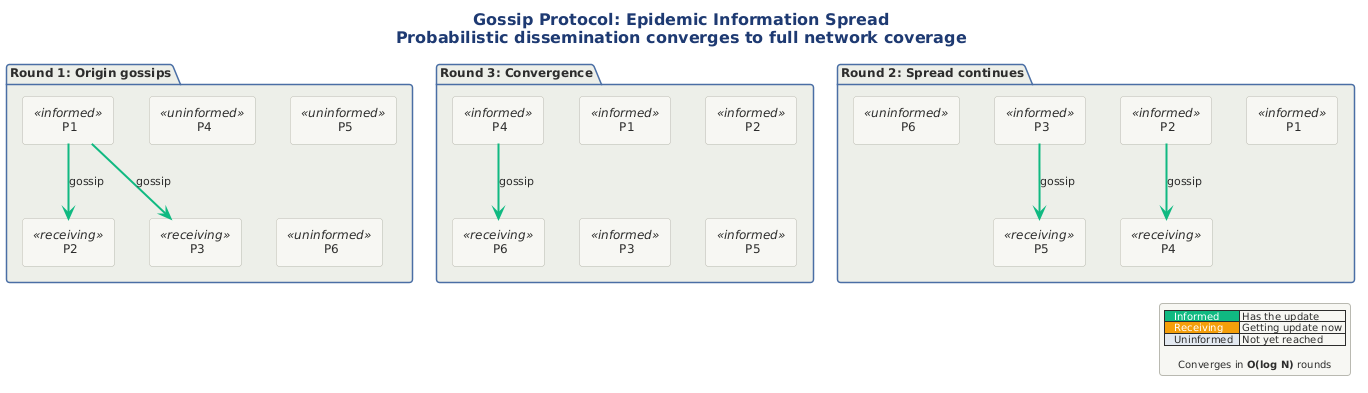
Before: src/architecture/views-and-beyond/style-catalogs/component-and-connector/peer-to-peer-style/png/10-gossip-protocol.png, a diagram exported from PlantUML (Notoriousjayy/latex-docs).
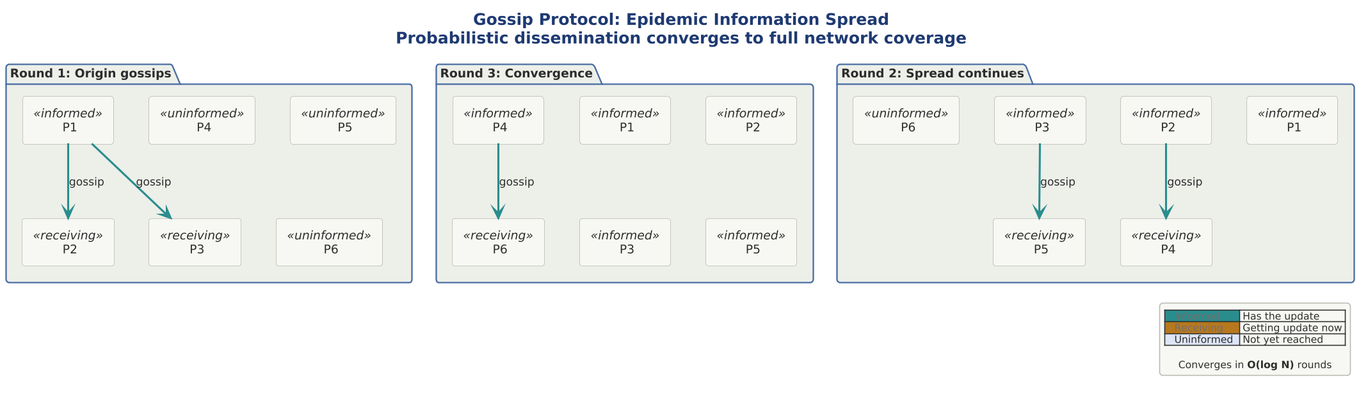
After the change.

Change to the diagram source:
```diff
@@ -1,7 +1,11 @@
 @startuml 10-gossip-protocol
 
+skinparam dpi 150
+
+
+
+
 !include ../../../../../../tooling/styles/plantuml/structural/package-diagram-style.iuml
-
 
 title <b>Gossip Protocol: Epidemic Information Spread</b>\nProbabilistic dissemination converges to full network coverage
 
@@ -13,8 +17,8 @@
   rectangle " P5 " as r1_5 <<uninformed>>
   rectangle " P6 " as r1_6 <<uninformed>>
 
-  r1_1 -[#10B981,bold]-> r1_2 : gossip
-  r1_1 -[#10B981,bold]-> r1_3 : gossip
+  r1_1 -[$line_dynamic,bold]-> r1_2 : gossip
+  r1_1 -[$line_dynamic,bold]-> r1_3 : gossip
 }
 
 package "Round 2: Spread continues" as R2 {
@@ -25,8 +29,8 @@
   rectangle " P5 " as r2_5 <<receiving>>
   rectangle " P6 " as r2_6 <<uninformed>>
 
-  r2_2 -[#10B981,bold]-> r2_4 : gossip
-  r2_3 -[#10B981,bold]-> r2_5 : gossip
+  r2_2 -[$line_dynamic,bold]-> r2_4 : gossip
+  r2_3 -[$line_dynamic,bold]-> r2_5 : gossip
 }
 
 package "Round 3: Convergence" as R3 {
@@ -37,13 +41,13 @@
   rectangle " P5 " as r3_5 <<informed>>
   rectangle " P6 " as r3_6 <<receiving>>
 
-  r3_4 -[#10B981,bold]-> r3_6 : gossip
+  r3_4 -[$line_dynamic,bold]-> r3_6 : gossip
 }
 
 legend right
-  |<#10B981> <color:#FFFFFF>  Informed  </color>| Has the update |
-  |<#F59E0B> <color:#FFFFFF>  Receiving  </color>| Getting update now |
-  |<#E2E8F0>   Uninformed  | Not yet reached |
+  |<$line_dynamic> <color:$line_neutral>  Informed  </color>| Has the update |
+  |<$line_caution> <color:$line_neutral>  Receiving  </color>| Getting update now |
+  |<$fill_primary>   Uninformed  | Not yet reached |
 
   Converges in **O(log N)** rounds
 end legend
```
